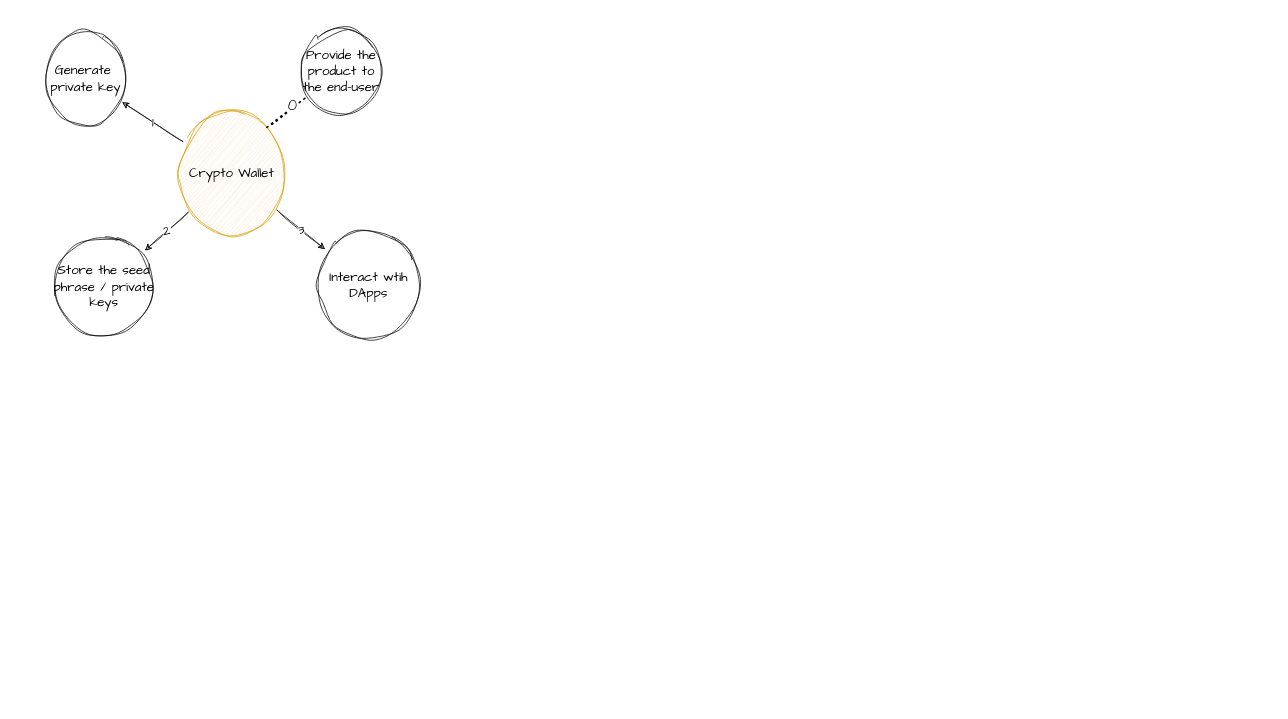
Above: page "crypto-wallet-goal" (5 of 20) of schema/crypto-wallet.drawio in rya-sge/access-denied (draw.io), before the change. Source tidied: cells renumbered, new cells numbered last; positions are measured from the earlier drawing's top-left corner, leaving out a move shared by most shapes. Both pictures are drawn from the tidied source at 73%, with x=0, y=0 at pixel (42, 27).
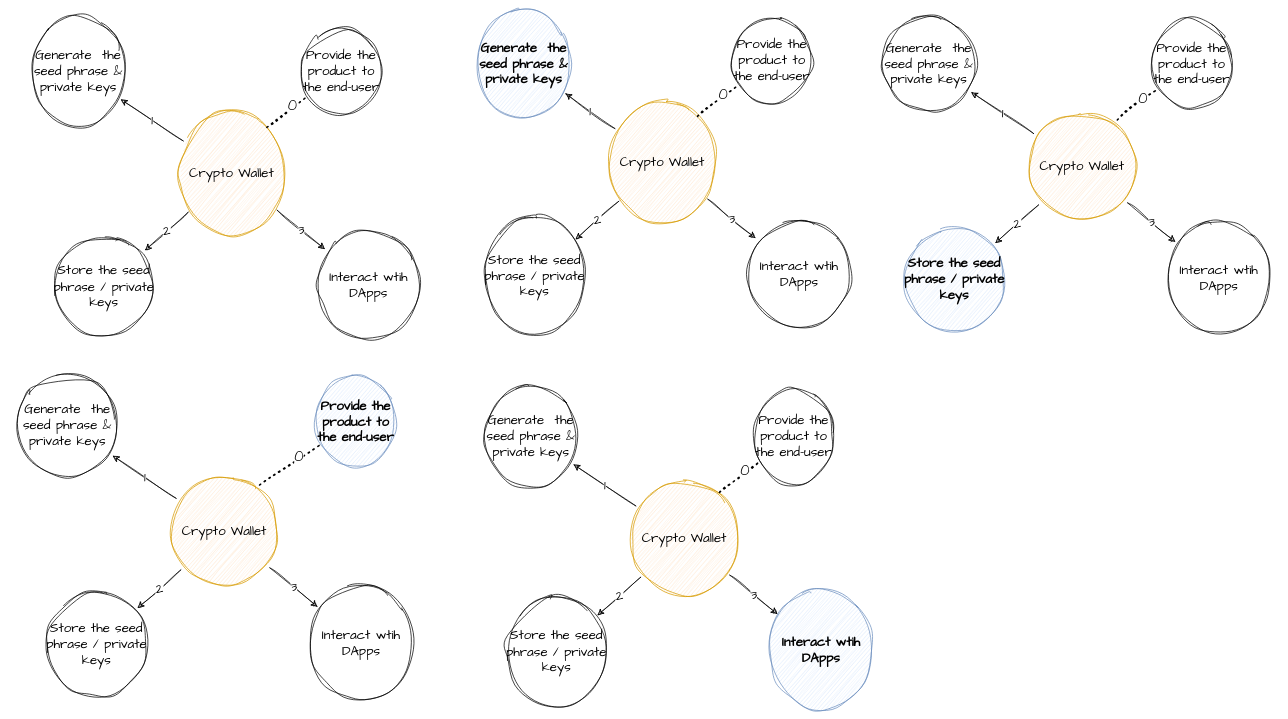
Above is the later version.

The edit, as a diff of the source:
```diff
@@
-    <mxCell id="3" value="Generate&amp;nbsp; private key" style="ellipse;whiteSpace=wrap;html=1;sketch=1;hachureGap=4;jiggle=2;fontFamily=Architects Daughter;fontSize=18;" parent="1" vertex="1">
-      <mxGeometry y="10" width="120" height="120" as="geometry" />
+    <mxCell id="3" value="Generate&amp;nbsp; the seed phrase &amp;amp; private keys" style="ellipse;whiteSpace=wrap;html=1;sketch=1;hachureGap=4;jiggle=2;fontFamily=Architects Daughter;fontSize=18;" parent="1" vertex="1">
+      <mxGeometry x="-20" y="-10" width="140" height="140" as="geometry" />
     </mxCell>
@@
+    <mxCell id="12" value="Crypto Wallet" style="ellipse;whiteSpace=wrap;html=1;sketch=1;hachureGap=4;jiggle=2;fontFamily=Architects Daughter;fontSize=18;fillColor=#ffe6cc;strokeColor=#d79b00;" parent="1" vertex="1">
+      <mxGeometry x="170" y="610" width="160" height="160" as="geometry" />
+    </mxCell>
+    <mxCell id="13" value="Generate&amp;nbsp; the seed phrase &amp;amp; private keys" style="ellipse;whiteSpace=wrap;html=1;sketch=1;hachureGap=4;jiggle=2;fontFamily=Architects Daughter;fontSize=18;" parent="1" vertex="1">
+      <mxGeometry x="-40" y="470" width="150" height="150" as="geometry" />
+    </mxCell>
+    <mxCell id="14" value="Store the seed phrase / private keys" style="ellipse;whiteSpace=wrap;html=1;sketch=1;hachureGap=4;jiggle=2;fontFamily=Architects Daughter;fontSize=18;" parent="1" vertex="1">
+      <mxGeometry y="770" width="150" height="150" as="geometry" />
+    </mxCell>
+    <mxCell id="15" value="1" style="endArrow=classic;html=1;rounded=0;sketch=1;hachureGap=4;jiggle=2;fontFamily=Architects Daughter;fontSize=18;" parent="1" edge="1" source="12" target="13">
+      <mxGeometry relative="1" as="geometry" />
+    </mxCell>
+    <mxCell id="16" value="2" style="endArrow=classic;html=1;rounded=0;sketch=1;hachureGap=4;jiggle=2;fontFamily=Architects Daughter;fontSize=18;" parent="1" edge="1" source="12" target="14">
+      <mxGeometry relative="1" as="geometry" />
+    </mxCell>
+    <mxCell id="17" value="Interact wtih DApps" style="ellipse;whiteSpace=wrap;html=1;sketch=1;hachureGap=4;jiggle=2;fontFamily=Architects Daughter;fontSize=18;" parent="1" vertex="1">
+      <mxGeometry x="360" y="765" width="155" height="155" as="geometry" />
+    </mxCell>
+    <mxCell id="18" value="3" style="endArrow=classic;html=1;rounded=0;sketch=1;hachureGap=4;jiggle=2;fontFamily=Architects Daughter;fontSize=18;" parent="1" edge="1" source="12" target="17">
+      <mxGeometry relative="1" as="geometry" />
+    </mxCell>
+    <mxCell id="19" value="Provide the product to the end-user" style="ellipse;whiteSpace=wrap;html=1;sketch=1;hachureGap=4;jiggle=2;fontFamily=Architects Daughter;fontSize=18;fillColor=#dae8fc;strokeColor=#6c8ebf;fontStyle=1;" parent="1" vertex="1">
+      <mxGeometry x="370" y="480" width="120" height="120" as="geometry" />
+    </mxCell>
+    <mxCell id="20" style="endArrow=none;dashed=1;html=1;dashPattern=1 3;strokeWidth=2;rounded=0;sketch=1;hachureGap=4;jiggle=2;fontFamily=Architects Daughter;fontSize=18;exitX=0.8;exitY=0.106;exitDx=0;exitDy=0;exitPerimeter=0;" parent="1" edge="1" source="12" target="19">
+      <mxGeometry relative="1" as="geometry" />
+    </mxCell>
+    <mxCell id="21" value="0" style="edgeLabel;html=1;align=center;verticalAlign=middle;fontSize=20;fontFamily=Architects Daughter;" parent="20" vertex="1">
+      <mxGeometry x="0.35" y="3" relative="1" as="geometry" />
+    </mxCell>
+    <mxCell id="22" value="Crypto Wallet" style="ellipse;whiteSpace=wrap;html=1;sketch=1;hachureGap=4;jiggle=2;fontFamily=Architects Daughter;fontSize=18;fillColor=#ffe6cc;strokeColor=#d79b00;" parent="1" vertex="1">
+      <mxGeometry x="770" y="105" width="160" height="160" as="geometry" />
+    </mxCell>
+    <mxCell id="23" value="Generate&amp;nbsp; the seed phrase &amp;amp; private keys" style="ellipse;whiteSpace=wrap;html=1;sketch=1;hachureGap=4;jiggle=2;fontFamily=Architects Daughter;fontSize=18;fillColor=#dae8fc;strokeColor=#6c8ebf;fontStyle=1;" parent="1" vertex="1">
+      <mxGeometry x="590" y="-20" width="140" height="140" as="geometry" />
+    </mxCell>
+    <mxCell id="24" value="Store the seed phrase / private keys" style="ellipse;whiteSpace=wrap;html=1;sketch=1;hachureGap=4;jiggle=2;fontFamily=Architects Daughter;fontSize=18;" parent="1" vertex="1">
+      <mxGeometry x="600" y="265" width="150" height="150" as="geometry" />
+    </mxCell>
+    <mxCell id="25" value="1" style="endArrow=classic;html=1;rounded=0;sketch=1;hachureGap=4;jiggle=2;fontFamily=Architects Daughter;fontSize=18;" parent="1" edge="1" source="22" target="23">
+      <mxGeometry relative="1" as="geometry" />
+    </mxCell>
+    <mxCell id="26" value="2" style="endArrow=classic;html=1;rounded=0;sketch=1;hachureGap=4;jiggle=2;fontFamily=Architects Daughter;fontSize=18;" parent="1" edge="1" source="22" target="24">
+      <mxGeometry relative="1" as="geometry" />
+    </mxCell>
+    <mxCell id="27" value="Interact wtih DApps" style="ellipse;whiteSpace=wrap;html=1;sketch=1;hachureGap=4;jiggle=2;fontFamily=Architects Daughter;fontSize=18;" parent="1" vertex="1">
+      <mxGeometry x="960" y="260" width="155" height="155" as="geometry" />
+    </mxCell>
+    <mxCell id="28" value="3" style="endArrow=classic;html=1;rounded=0;sketch=1;hachureGap=4;jiggle=2;fontFamily=Architects Daughter;fontSize=18;" parent="1" edge="1" source="22" target="27">
+      <mxGeometry relative="1" as="geometry" />
+    </mxCell>
+    <mxCell id="29" value="Provide the product to the end-user" style="ellipse;whiteSpace=wrap;html=1;sketch=1;hachureGap=4;jiggle=2;fontFamily=Architects Daughter;fontSize=18;" parent="1" vertex="1">
+      <mxGeometry x="940" y="-15" width="120" height="120" as="geometry" />
+    </mxCell>
+    <mxCell id="30" style="endArrow=none;dashed=1;html=1;dashPattern=1 3;strokeWidth=2;rounded=0;sketch=1;hachureGap=4;jiggle=2;fontFamily=Architects Daughter;fontSize=18;exitX=0.8;exitY=0.106;exitDx=0;exitDy=0;exitPerimeter=0;" parent="1" edge="1" source="22" target="29">
+      <mxGeometry relative="1" as="geometry" />
+    </mxCell>
+    <mxCell id="31" value="0" style="edgeLabel;html=1;align=center;verticalAlign=middle;fontSize=20;fontFamily=Architects Daughter;" parent="30" vertex="1">
+      <mxGeometry x="0.35" y="3" relative="1" as="geometry" />
+    </mxCell>
+    <mxCell id="32" value="Crypto Wallet" style="ellipse;whiteSpace=wrap;html=1;sketch=1;hachureGap=4;jiggle=2;fontFamily=Architects Daughter;fontSize=18;fillColor=#ffe6cc;strokeColor=#d79b00;" parent="1" vertex="1">
+      <mxGeometry x="800" y="620" width="160" height="160" as="geometry" />
+    </mxCell>
+    <mxCell id="33" value="Generate&amp;nbsp; the seed phrase &amp;amp; private keys" style="ellipse;whiteSpace=wrap;html=1;sketch=1;hachureGap=4;jiggle=2;fontFamily=Architects Daughter;fontSize=18;" parent="1" vertex="1">
+      <mxGeometry x="600" y="490" width="140" height="140" as="geometry" />
+    </mxCell>
+    <mxCell id="34" value="Store the seed phrase / private keys" style="ellipse;whiteSpace=wrap;html=1;sketch=1;hachureGap=4;jiggle=2;fontFamily=Architects Daughter;fontSize=18;" parent="1" vertex="1">
+      <mxGeometry x="630" y="780" width="150" height="150" as="geometry" />
+    </mxCell>
+    <mxCell id="35" value="1" style="endArrow=classic;html=1;rounded=0;sketch=1;hachureGap=4;jiggle=2;fontFamily=Architects Daughter;fontSize=18;" parent="1" edge="1" source="32" target="33">
+      <mxGeometry relative="1" as="geometry" />
+    </mxCell>
+    <mxCell id="36" value="2" style="endArrow=classic;html=1;rounded=0;sketch=1;hachureGap=4;jiggle=2;fontFamily=Architects Daughter;fontSize=18;" parent="1" edge="1" source="32" target="34">
+      <mxGeometry relative="1" as="geometry" />
+    </mxCell>
+    <mxCell id="37" value="Interact wtih DApps" style="ellipse;whiteSpace=wrap;html=1;sketch=1;hachureGap=4;jiggle=2;fontFamily=Architects Daughter;fontSize=18;fontStyle=1;fillColor=#dae8fc;strokeColor=#6c8ebf;" parent="1" vertex="1">
+      <mxGeometry x="990" y="775" width="155" height="155" as="geometry" />
+    </mxCell>
+    <mxCell id="38" value="3" style="endArrow=classic;html=1;rounded=0;sketch=1;hachureGap=4;jiggle=2;fontFamily=Architects Daughter;fontSize=18;" parent="1" edge="1" source="32" target="37">
+      <mxGeometry relative="1" as="geometry" />
+    </mxCell>
+    <mxCell id="39" value="Provide the product to the end-user" style="ellipse;whiteSpace=wrap;html=1;sketch=1;hachureGap=4;jiggle=2;fontFamily=Architects Daughter;fontSize=18;" parent="1" vertex="1">
+      <mxGeometry x="970" y="500" width="120" height="120" as="geometry" />
+    </mxCell>
+    <mxCell id="40" style="endArrow=none;dashed=1;html=1;dashPattern=1 3;strokeWidth=2;rounded=0;sketch=1;hachureGap=4;jiggle=2;fontFamily=Architects Daughter;fontSize=18;exitX=0.8;exitY=0.106;exitDx=0;exitDy=0;exitPerimeter=0;" parent="1" edge="1" source="32" target="39">
+      <mxGeometry relative="1" as="geometry" />
+    </mxCell>
+    <mxCell id="41" value="0" style="edgeLabel;html=1;align=center;verticalAlign=middle;fontSize=20;fontFamily=Architects Daughter;" parent="40" vertex="1">
+      <mxGeometry x="0.35" y="3" relative="1" as="geometry" />
+    </mxCell>
+    <mxCell id="42" value="Crypto Wallet" style="ellipse;whiteSpace=wrap;html=1;sketch=1;hachureGap=4;jiggle=2;fontFamily=Architects Daughter;fontSize=18;fillColor=#ffe6cc;strokeColor=#d79b00;" parent="1" vertex="1">
+      <mxGeometry x="1345" y="110" width="160" height="160" as="geometry" />
+    </mxCell>
+    <mxCell id="43" value="Generate&amp;nbsp; the seed phrase &amp;amp; private keys" style="ellipse;whiteSpace=wrap;html=1;sketch=1;hachureGap=4;jiggle=2;fontFamily=Architects Daughter;fontSize=18;" parent="1" vertex="1">
+      <mxGeometry x="1145" y="-20" width="140" height="140" as="geometry" />
+    </mxCell>
+    <mxCell id="44" value="Store the seed phrase / private keys" style="ellipse;whiteSpace=wrap;html=1;sketch=1;hachureGap=4;jiggle=2;fontFamily=Architects Daughter;fontSize=18;fillColor=#dae8fc;strokeColor=#6c8ebf;fontStyle=1;" parent="1" vertex="1">
+      <mxGeometry x="1175" y="270" width="150" height="150" as="geometry" />
+    </mxCell>
+    <mxCell id="45" value="1" style="endArrow=classic;html=1;rounded=0;sketch=1;hachureGap=4;jiggle=2;fontFamily=Architects Daughter;fontSize=18;" parent="1" edge="1" source="42" target="43">
+      <mxGeometry relative="1" as="geometry" />
+    </mxCell>
+    <mxCell id="46" value="2" style="endArrow=classic;html=1;rounded=0;sketch=1;hachureGap=4;jiggle=2;fontFamily=Architects Daughter;fontSize=18;" parent="1" edge="1" source="42" target="44">
+      <mxGeometry relative="1" as="geometry" />
+    </mxCell>
+    <mxCell id="47" value="Interact wtih DApps" style="ellipse;whiteSpace=wrap;html=1;sketch=1;hachureGap=4;jiggle=2;fontFamily=Architects Daughter;fontSize=18;" parent="1" vertex="1">
+      <mxGeometry x="1535" y="265" width="155" height="155" as="geometry" />
+    </mxCell>
+    <mxCell id="48" value="3" style="endArrow=classic;html=1;rounded=0;sketch=1;hachureGap=4;jiggle=2;fontFamily=Architects Daughter;fontSize=18;" parent="1" edge="1" source="42" target="47">
+      <mxGeometry relative="1" as="geometry" />
+    </mxCell>
+    <mxCell id="49" value="Provide the product to the end-user" style="ellipse;whiteSpace=wrap;html=1;sketch=1;hachureGap=4;jiggle=2;fontFamily=Architects Daughter;fontSize=18;" parent="1" vertex="1">
+      <mxGeometry x="1515" y="-10" width="120" height="120" as="geometry" />
+    </mxCell>
+    <mxCell id="50" style="endArrow=none;dashed=1;html=1;dashPattern=1 3;strokeWidth=2;rounded=0;sketch=1;hachureGap=4;jiggle=2;fontFamily=Architects Daughter;fontSize=18;exitX=0.8;exitY=0.106;exitDx=0;exitDy=0;exitPerimeter=0;" parent="1" edge="1" source="42" target="49">
+      <mxGeometry relative="1" as="geometry" />
+    </mxCell>
+    <mxCell id="51" value="0" style="edgeLabel;html=1;align=center;verticalAlign=middle;fontSize=20;fontFamily=Architects Daughter;" parent="50" vertex="1">
+      <mxGeometry x="0.35" y="3" relative="1" as="geometry" />
+    </mxCell>
```
